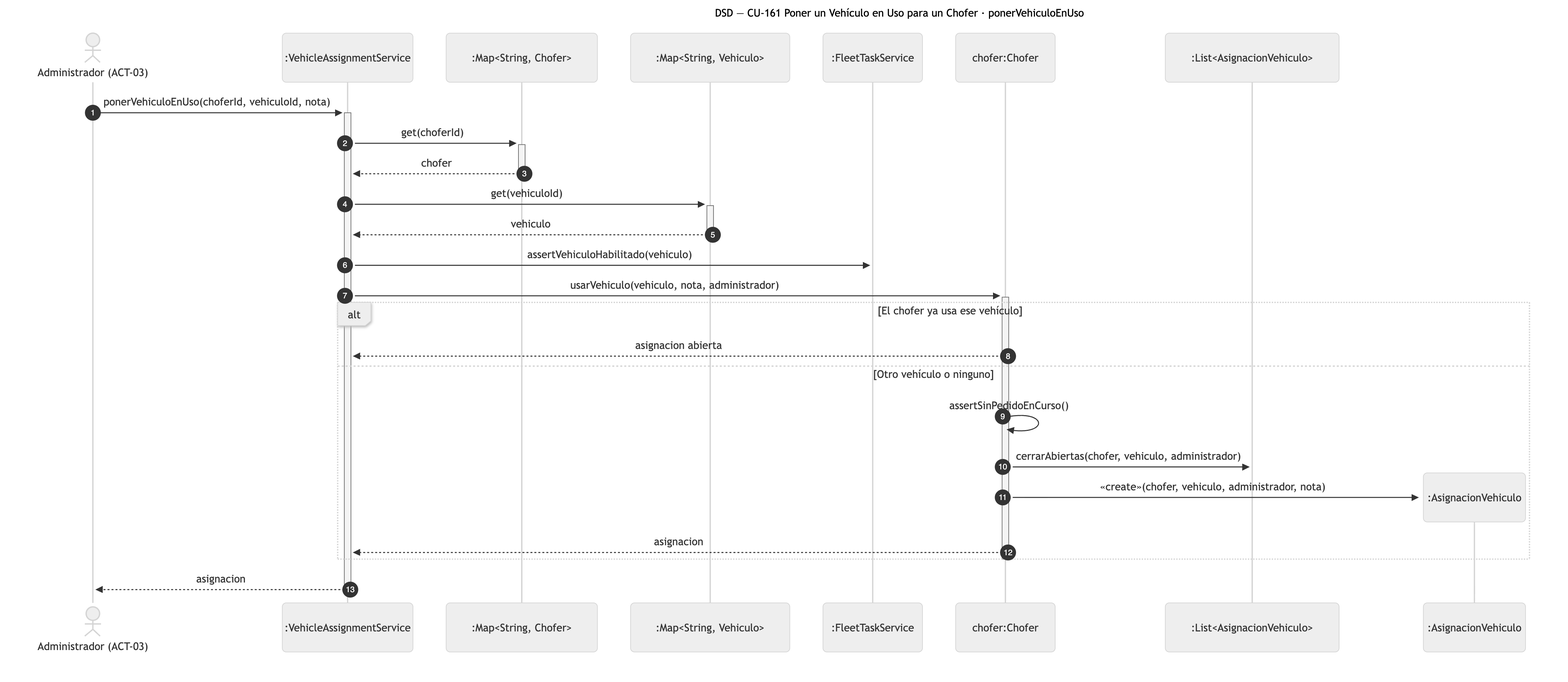
Earlier version of the Mermaid export diagramas/png/DSD_CU-161_ponerVehiculoEnUso.png (Nahuelito-Dev/splg-docs). Its source is kept beside it as diagramas/DSD_CU-161_ponerVehiculoEnUso.mmd. Its diagram source:
```mermaid
sequenceDiagram
    title DSD — CU-161 Poner un Vehículo en Uso para un Chofer · ponerVehiculoEnUso
    autonumber
    actor ADM as Administrador (ACT-03)
    participant SRV as :VehicleAssignmentService
    participant COC as :Map#lt;String, Chofer#gt;
    participant COV as :Map#lt;String, Vehiculo#gt;
    participant FLT as :FleetTaskService
    participant CHO as chofer:Chofer
    participant LST as :List#lt;AsignacionVehiculo#gt;

    ADM->>+SRV: ponerVehiculoEnUso(choferId, vehiculoId, nota)
    SRV->>+COC: get(choferId)
    COC-->>-SRV: chofer
    SRV->>+COV: get(vehiculoId)
    COV-->>-SRV: vehiculo
    SRV->>FLT: assertVehiculoHabilitado(vehiculo)
    SRV->>+CHO: usarVehiculo(vehiculo, nota, administrador)
    alt El chofer ya usa ese vehículo
        CHO-->>SRV: asignacion abierta
    else Otro vehículo o ninguno
        CHO->>CHO: assertSinPedidoEnCurso()
        CHO->>LST: cerrarAbiertas(chofer, vehiculo, administrador)
        create participant ASG as :AsignacionVehiculo
        CHO->>ASG: «create»(chofer, vehiculo, administrador, nota)
        CHO-->>SRV: asignacion
    end
    deactivate CHO
    SRV-->>-ADM: asignacion
```
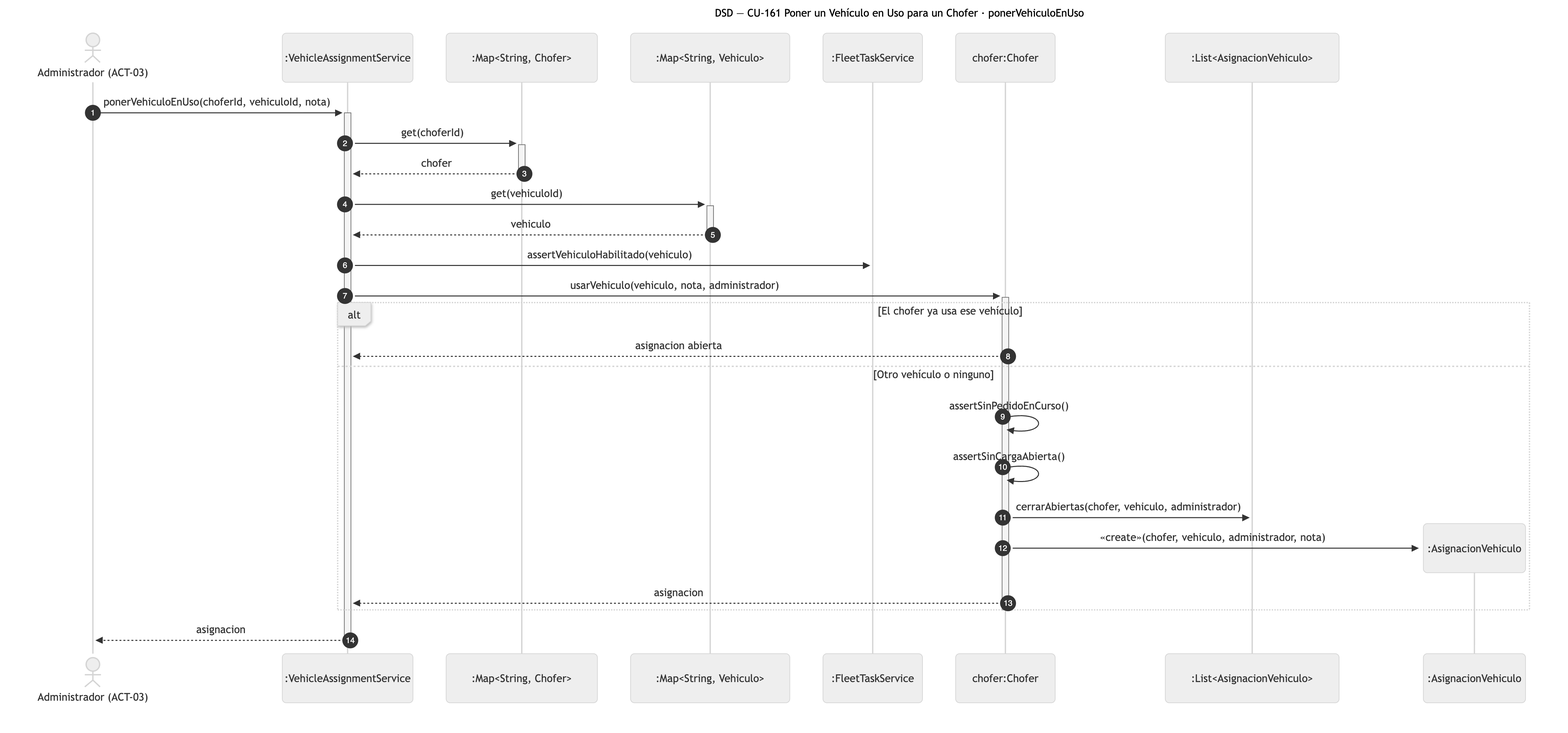
The same file after the commit.

Change to the diagram source:
```diff
@@ -20,6 +20,7 @@
         CHO-->>SRV: asignacion abierta
     else Otro vehículo o ninguno
         CHO->>CHO: assertSinPedidoEnCurso()
+        CHO->>CHO: assertSinCargaAbierta()
         CHO->>LST: cerrarAbiertas(chofer, vehiculo, administrador)
         create participant ASG as :AsignacionVehiculo
         CHO->>ASG: «create»(chofer, vehiculo, administrador, nota)
```
